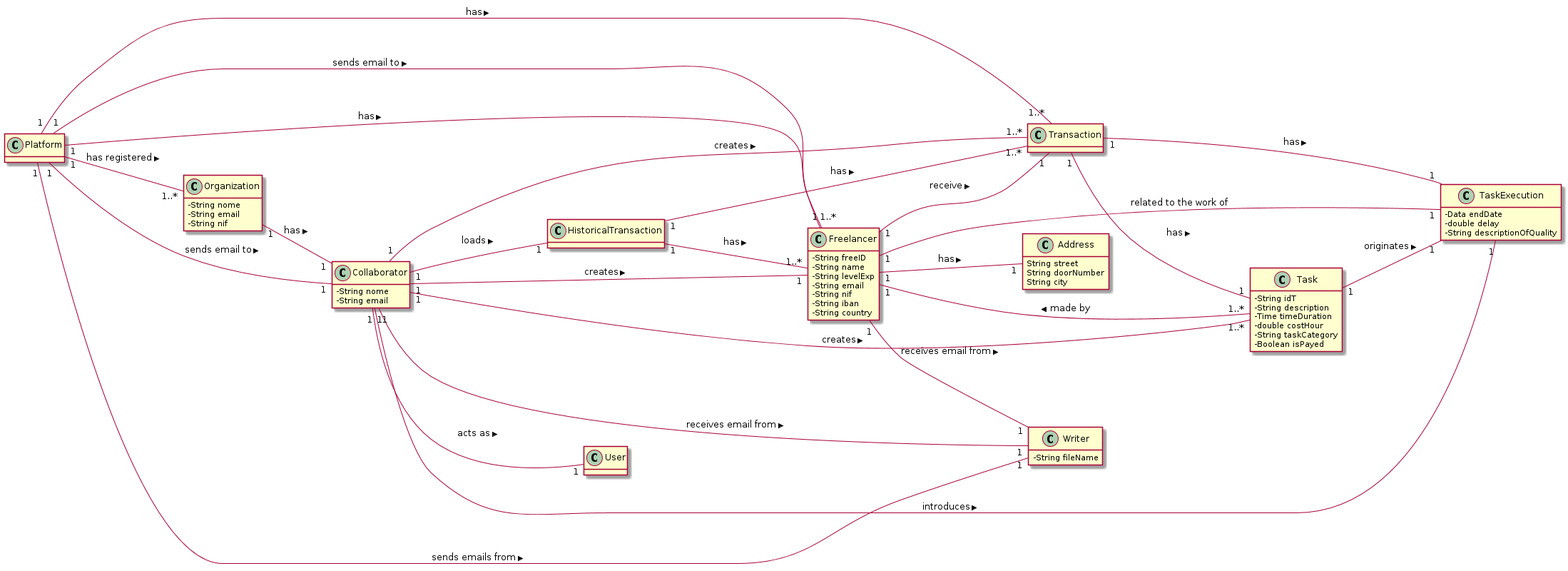
Before: docs/UC10 - SendEmailsAboutFreelancersPerformance/UC10_MD.png, a diagram exported from PlantUML (1190452/LAPR2).
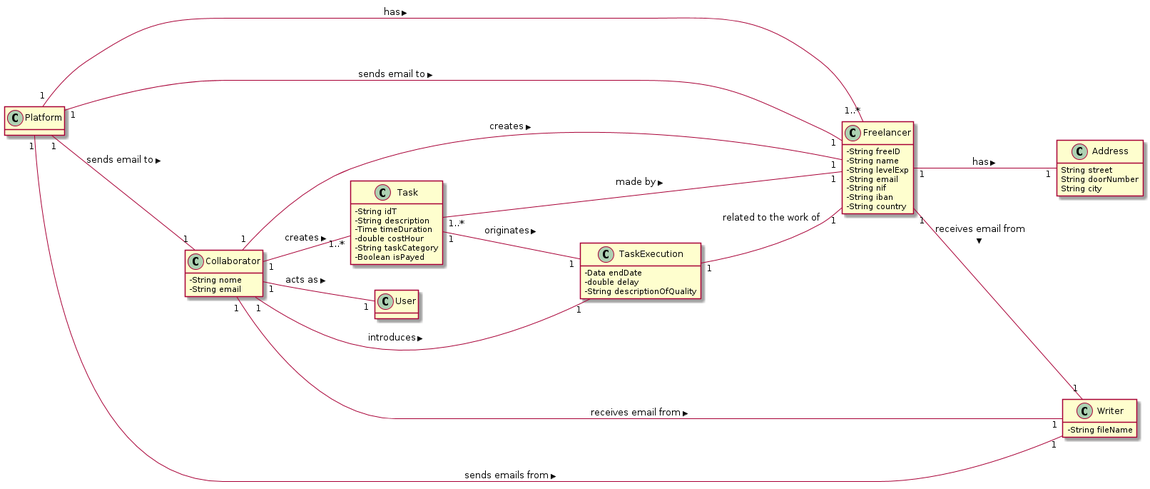
After the commit.

What changed in the source:
```diff
@@ -20,12 +20,6 @@
   -String country
 }
 
-class Organization {
-  -String nome
-  -String email
-  -String nif
-}
-
 class Collaborator{
   -String nome
   -String email
@@ -44,15 +38,6 @@
 }
 
 
-class Transaction {
-
-}
-
-
-
-
-class HistoricalTransaction{
-}
 
 class TaskExecution{
   -Data endDate
@@ -64,7 +49,7 @@
   -String fileName
   }
 
-Freelancer "1" -- "1" Transaction: receive >
+
 
 Freelancer "1" -- "1" Address: has >
 Freelancer "1" -- "1" Writer: receives email from >
@@ -72,8 +57,7 @@
 Task "1..*" -- "1" Freelancer: made by >
 
 
-Platform "1" -- "1..*" Transaction: has >
-Platform "1" -- "1..*" Organization: has registered >
+
 Platform "1" -- "1..*" Freelancer: has >
 Platform "1" -- "1" Freelancer: sends email to >
 Platform "1" -- "1" Collaborator: sends email to >
@@ -81,22 +65,16 @@
 Platform "1" -- "1" Writer : sends emails from >
 
 
-Organization "1" -- "1" Collaborator: has >
 
 
 
-Transaction "1" -- "1" Task: has >
-Transaction "1" -- "1" TaskExecution: has >
 
 
-HistoricalTransaction "1" -- "1..*" Transaction: has >
-HistoricalTransaction "1" -- "1..*" Freelancer: has >
+
 
 Collaborator "1" -- "1" Freelancer: creates >
 Collaborator "1" -- "1..*" Task: creates >
-Collaborator "1" -- "1..*" Transaction: creates >
 Collaborator "1" -- "1" User: acts as >
-Collaborator "1" -- "1" HistoricalTransaction: loads >
 Collaborator "1" -- "1" TaskExecution: introduces >
 Collaborator "1" -- "1" Writer: receives email from >
 
```
